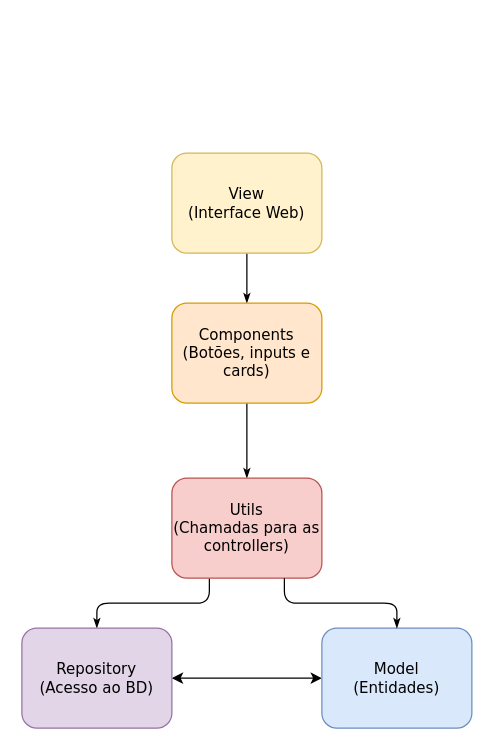
Earlier version of the draw.io diagram database/documentacao/diagramaDeComponentes.drawio (Carolinyr9/amor-na-casquinha). Source tidied: cells renumbered, new cells numbered last; positions are measured from the earlier drawing's top-left corner, leaving out a move shared by most shapes. Both pictures are drawn from the tidied source at 125%, with x=0, y=0 at pixel (21, 152).
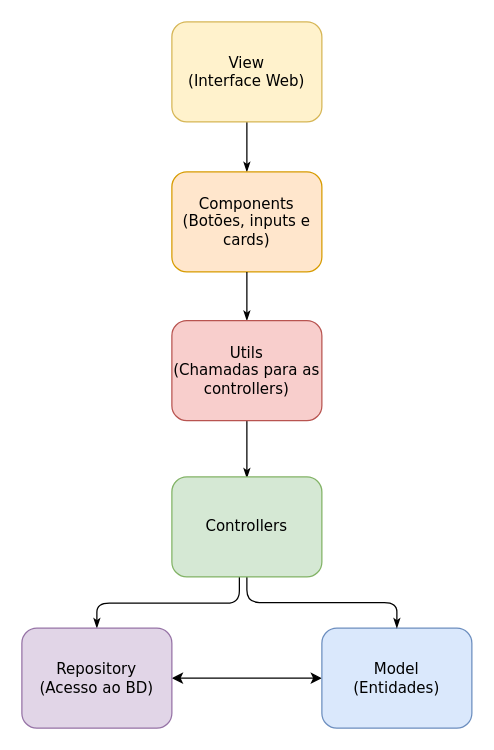
The same diagram, later.

The edit, as a diff of the source:
```diff
@@
 <mxGraphModel>
   <root>
     <mxCell id="0" />
     <mxCell id="1" parent="0" />
     <mxCell id="2" style="edgeStyle=orthogonalEdgeStyle;rounded=1;html=1;labelBackgroundColor=none;startArrow=none;startFill=0;startSize=5;endArrow=classicThin;endFill=1;endSize=5;jettySize=auto;strokeWidth=1;fontFamily=Verdana;fontSize=8;entryX=0.5;entryY=0;entryDx=0;entryDy=0;" parent="1" edge="1" source="3" target="5">
       <mxGeometry relative="1" as="geometry" />
     </mxCell>
     <mxCell id="3" value="View&lt;div&gt;(Interface Web)&lt;/div&gt;" style="rounded=1;whiteSpace=wrap;html=1;shadow=0;labelBackgroundColor=none;strokeWidth=1;fontFamily=Verdana;fontSize=12;align=center;fillColor=#fff2cc;strokeColor=#d6b656;" parent="1" vertex="1">
-      <mxGeometry x="120" width="120" height="80" as="geometry" />
+      <mxGeometry x="120" y="-105" width="120" height="80" as="geometry" />
     </mxCell>
-    <mxCell id="4" style="edgeStyle=orthogonalEdgeStyle;rounded=1;html=1;labelBackgroundColor=none;startArrow=none;startFill=0;startSize=5;endArrow=classicThin;endFill=1;endSize=5;jettySize=auto;orthogonalLoop=1;strokeWidth=1;fontFamily=Verdana;fontSize=12;" parent="1" edge="1">
+    <mxCell id="4" style="edgeStyle=orthogonalEdgeStyle;rounded=1;html=1;labelBackgroundColor=none;startArrow=none;startFill=0;startSize=5;endArrow=classicThin;endFill=1;endSize=5;jettySize=auto;strokeWidth=1;fontFamily=Verdana;fontSize=12;" parent="1" edge="1" source="7">
       <mxGeometry relative="1" as="geometry">
-        <mxPoint x="180" y="140" as="sourcePoint" />
         <mxPoint x="180" y="260" as="targetPoint" />
       </mxGeometry>
     </mxCell>
     <mxCell id="5" value="Components&lt;div&gt;(Botões, inputs e cards)&lt;/div&gt;" style="rounded=1;whiteSpace=wrap;html=1;shadow=0;labelBackgroundColor=none;strokeWidth=1;fontFamily=Verdana;fontSize=12;align=center;fillColor=#ffe6cc;strokeColor=#d79b00;" parent="1" vertex="1">
-      <mxGeometry x="120" y="120" width="120" height="80" as="geometry" />
+      <mxGeometry x="120" y="15" width="120" height="80" as="geometry" />
     </mxCell>
-    <mxCell id="6" style="edgeStyle=orthogonalEdgeStyle;rounded=1;html=1;labelBackgroundColor=none;startArrow=none;startFill=0;startSize=5;endArrow=classicThin;endFill=1;endSize=5;jettySize=auto;strokeWidth=1;fontFamily=Verdana;fontSize=8;entryX=0.5;entryY=0;entryDx=0;entryDy=0;" parent="1" edge="1" source="7" target="9">
+    <mxCell id="6" style="edgeStyle=orthogonalEdgeStyle;rounded=1;html=1;labelBackgroundColor=none;startArrow=none;startFill=0;startSize=5;endArrow=classicThin;endFill=1;endSize=5;jettySize=auto;strokeWidth=1;fontFamily=Verdana;fontSize=8;entryX=0.5;entryY=0;entryDx=0;entryDy=0;" parent="1" edge="1" source="12" target="9">
       <mxGeometry relative="1" as="geometry">
         <Array as="points">
-          <mxPoint x="150" y="360" />
+          <mxPoint x="174" y="360" />
           <mxPoint x="60" y="360" />
         </Array>
       </mxGeometry>
     </mxCell>
-    <mxCell id="7" value="Utils&lt;div&gt;(Chamadas para as controllers)&lt;/div&gt;" style="rounded=1;whiteSpace=wrap;html=1;shadow=0;labelBackgroundColor=none;strokeWidth=1;fontFamily=Verdana;fontSize=12;align=center;fillColor=#f8cecc;strokeColor=#b85450;" parent="1" vertex="1">
-      <mxGeometry x="120" y="260" width="120" height="80" as="geometry" />
-    </mxCell>
     <mxCell id="8" style="edgeStyle=orthogonalEdgeStyle;rounded=0;jettySize=auto;html=1;entryX=0;entryY=0.5;entryDx=0;entryDy=0;startArrow=classic;startFill=1;" parent="1" edge="1" source="9" target="10">
       <mxGeometry relative="1" as="geometry" />
     </mxCell>
     <mxCell id="9" value="Repository&lt;div&gt;(Acesso ao BD)&lt;/div&gt;" style="rounded=1;whiteSpace=wrap;html=1;shadow=0;labelBackgroundColor=none;strokeWidth=1;fontFamily=Verdana;fontSize=12;align=center;fillColor=#e1d5e7;strokeColor=#9673a6;" parent="1" vertex="1">
       <mxGeometry y="380" width="120" height="80" as="geometry" />
     </mxCell>
     <mxCell id="10" value="Model&lt;div&gt;(Entidades)&lt;/div&gt;" style="rounded=1;whiteSpace=wrap;html=1;shadow=0;labelBackgroundColor=none;strokeWidth=1;fontFamily=Verdana;fontSize=12;align=center;fillColor=#dae8fc;strokeColor=#6c8ebf;" parent="1" vertex="1">
       <mxGeometry x="240" y="380" width="120" height="80" as="geometry" />
     </mxCell>
-    <mxCell id="11" style="edgeStyle=orthogonalEdgeStyle;rounded=1;html=1;labelBackgroundColor=none;startArrow=none;startFill=0;startSize=5;endArrow=classicThin;endFill=1;endSize=5;jettySize=auto;strokeWidth=1;fontFamily=Verdana;fontSize=8;exitX=0.75;exitY=1;exitDx=0;exitDy=0;" parent="1" edge="1" source="7" target="10">
+    <mxCell id="11" style="edgeStyle=orthogonalEdgeStyle;rounded=1;html=1;labelBackgroundColor=none;startArrow=none;startFill=0;startSize=5;endArrow=classicThin;endFill=1;endSize=5;jettySize=auto;strokeWidth=1;fontFamily=Verdana;fontSize=8;" parent="1" edge="1" source="12" target="10">
       <mxGeometry relative="1" as="geometry" />
     </mxCell>
+    <mxCell id="12" value="Controllers" style="rounded=1;whiteSpace=wrap;html=1;shadow=0;labelBackgroundColor=none;strokeWidth=1;fontFamily=Verdana;fontSize=12;align=center;fillColor=#d5e8d4;strokeColor=#82b366;" parent="1" vertex="1">
+      <mxGeometry x="120" y="259" width="120" height="80" as="geometry" />
+    </mxCell>
+    <mxCell id="13" style="edgeStyle=orthogonalEdgeStyle;rounded=1;html=1;labelBackgroundColor=none;startArrow=none;startFill=0;startSize=5;endArrow=classicThin;endFill=1;endSize=5;jettySize=auto;strokeWidth=1;fontFamily=Verdana;fontSize=12;" parent="1" edge="1" source="5" target="7">
+      <mxGeometry relative="1" as="geometry" />
+    </mxCell>
+    <mxCell id="7" value="Utils&lt;div&gt;(Chamadas para as controllers)&lt;/div&gt;" style="rounded=1;whiteSpace=wrap;html=1;shadow=0;labelBackgroundColor=none;strokeWidth=1;fontFamily=Verdana;fontSize=12;align=center;fillColor=#f8cecc;strokeColor=#b85450;" parent="1" vertex="1">
+      <mxGeometry x="120" y="134" width="120" height="80" as="geometry" />
+    </mxCell>
   </root>
 </mxGraphModel>
```
